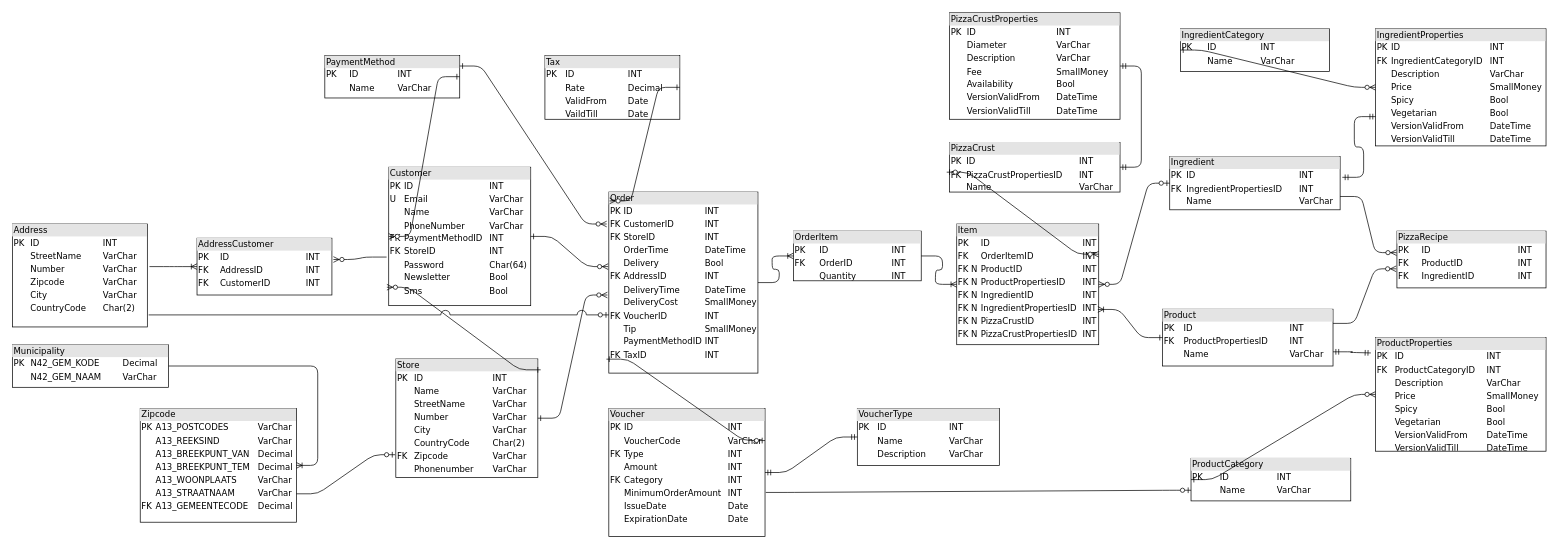
This is DBO_huidige_situatie.drawio from SlatanEnLexSemester4/Mario-Pizza-Case, a draw.io file, before an edit. Source tidied: cells renumbered, new cells numbered last; positions are measured from the earlier drawing's top-left corner, leaving out a move shared by most shapes. Both pictures are drawn from the tidied source at 71%, with x=0, y=0 at pixel (12, 12).
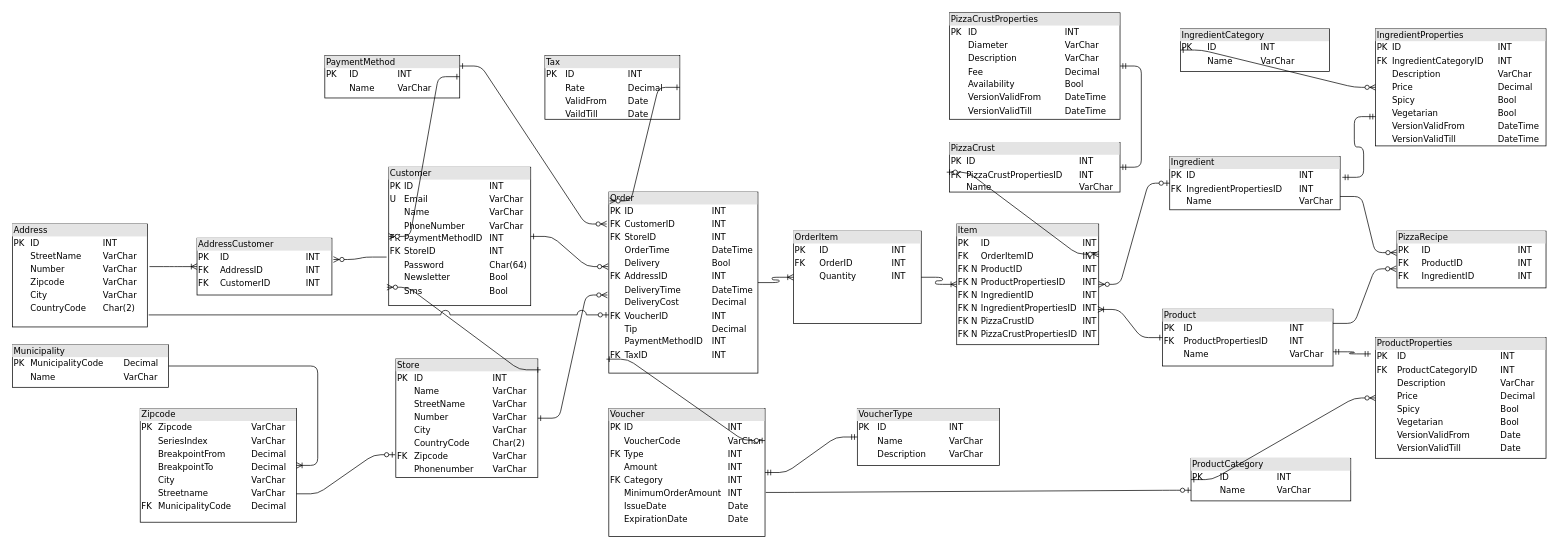
Above is the later version.

The edit, as a diff of the source:
```diff
@@
-    <mxCell id="6" value="&lt;div style=&quot;box-sizing: border-box ; width: 100% ; background: #e4e4e4 ; padding: 2px&quot;&gt;Zipcode&lt;br&gt;&lt;/div&gt;&lt;table style=&quot;width: 100% ; font-size: 1em&quot; cellspacing=&quot;0&quot; cellpadding=&quot;2&quot;&gt;&lt;tbody&gt;&lt;tr&gt;&lt;td&gt;PK&lt;/td&gt;&lt;td&gt;A13_POSTCODES&lt;br&gt;&lt;/td&gt;&lt;td&gt;VarChar&lt;/td&gt;&lt;/tr&gt;&lt;tr&gt;&lt;td&gt;&lt;br&gt;&lt;/td&gt;&lt;td&gt;A13_REEKSIND&lt;br&gt;&lt;/td&gt;&lt;td&gt;VarChar&lt;br&gt;&lt;/td&gt;&lt;/tr&gt;&lt;tr&gt;&lt;td&gt;&lt;br&gt;&lt;/td&gt;&lt;td&gt;A13_BREEKPUNT_VAN&lt;br&gt;&lt;/td&gt;&lt;td&gt;Decimal&lt;br&gt;&lt;/td&gt;&lt;/tr&gt;&lt;tr&gt;&lt;td&gt;&lt;br&gt;&lt;/td&gt;&lt;td&gt;A13_BREEKPUNT_TEM&lt;br&gt;&lt;/td&gt;&lt;td&gt;Decimal&lt;br&gt;&lt;/td&gt;&lt;/tr&gt;&lt;tr&gt;&lt;td&gt;&lt;br&gt;&lt;/td&gt;&lt;td&gt;A13_WOONPLAATS&lt;br&gt;&lt;/td&gt;&lt;td&gt;VarChar&lt;br&gt;&lt;/td&gt;&lt;/tr&gt;&lt;tr&gt;&lt;td&gt;&lt;br&gt;&lt;/td&gt;&lt;td&gt;A13_STRAATNAAM&lt;br&gt;&lt;/td&gt;&lt;td&gt;VarChar&lt;br&gt;&lt;/td&gt;&lt;/tr&gt;&lt;tr&gt;&lt;td&gt;FK&lt;/td&gt;&lt;td&gt;A13_GEMEENTECODE&lt;br&gt;&lt;/td&gt;&lt;td&gt;Decimal&lt;/td&gt;&lt;/tr&gt;&lt;tr&gt;&lt;td&gt;&lt;br&gt;&lt;/td&gt;&lt;td&gt;&lt;br&gt;&lt;/td&gt;&lt;td&gt;&lt;br&gt;&lt;/td&gt;&lt;/tr&gt;&lt;tr&gt;&lt;td&gt;&lt;br&gt;&lt;/td&gt;&lt;td&gt;&lt;br&gt;&lt;/td&gt;&lt;td&gt;&lt;br&gt;&lt;/td&gt;&lt;/tr&gt;&lt;tr&gt;&lt;td&gt;&lt;br&gt;&lt;/td&gt;&lt;td&gt;&lt;br&gt;&lt;/td&gt;&lt;td&gt;&lt;br&gt;&lt;/td&gt;&lt;/tr&gt;&lt;tr&gt;&lt;td&gt;&lt;br&gt;&lt;/td&gt;&lt;td&gt;&lt;br&gt;&lt;/td&gt;&lt;td&gt;&lt;br&gt;&lt;/td&gt;&lt;/tr&gt;&lt;tr&gt;&lt;td&gt;&lt;br&gt;&lt;/td&gt;&lt;td&gt;&lt;br&gt;&lt;/td&gt;&lt;td&gt;&lt;br&gt;&lt;/td&gt;&lt;/tr&gt;&lt;/tbody&gt;&lt;/table&gt;" style="verticalAlign=top;align=left;overflow=fill;html=1;rounded=0;shadow=0;comic=0;labelBackgroundColor=none;strokeWidth=1;fontFamily=Verdana;fontSize=12;" parent="1" vertex="1">
+    <mxCell id="6" value="&lt;div style=&quot;box-sizing: border-box ; width: 100% ; background: #e4e4e4 ; padding: 2px&quot;&gt;Zipcode&lt;br&gt;&lt;/div&gt;&lt;table style=&quot;width: 100% ; font-size: 1em&quot; cellspacing=&quot;0&quot; cellpadding=&quot;2&quot;&gt;&lt;tbody&gt;&lt;tr&gt;&lt;td&gt;PK&lt;/td&gt;&lt;td&gt;Zipcode&lt;br&gt;&lt;/td&gt;&lt;td&gt;VarChar&lt;/td&gt;&lt;/tr&gt;&lt;tr&gt;&lt;td&gt;&lt;br&gt;&lt;/td&gt;&lt;td&gt;SeriesIndex&lt;br&gt;&lt;/td&gt;&lt;td&gt;VarChar&lt;br&gt;&lt;/td&gt;&lt;/tr&gt;&lt;tr&gt;&lt;td&gt;&lt;br&gt;&lt;/td&gt;&lt;td&gt;BreakpointFrom&lt;br&gt;&lt;/td&gt;&lt;td&gt;Decimal&lt;br&gt;&lt;/td&gt;&lt;/tr&gt;&lt;tr&gt;&lt;td&gt;&lt;br&gt;&lt;/td&gt;&lt;td&gt;BreakpointTo&lt;br&gt;&lt;/td&gt;&lt;td&gt;Decimal&lt;br&gt;&lt;/td&gt;&lt;/tr&gt;&lt;tr&gt;&lt;td&gt;&lt;br&gt;&lt;/td&gt;&lt;td&gt;City&lt;br&gt;&lt;/td&gt;&lt;td&gt;VarChar&lt;br&gt;&lt;/td&gt;&lt;/tr&gt;&lt;tr&gt;&lt;td&gt;&lt;br&gt;&lt;/td&gt;&lt;td&gt;Streetname&lt;br&gt;&lt;/td&gt;&lt;td&gt;VarChar&lt;br&gt;&lt;/td&gt;&lt;/tr&gt;&lt;tr&gt;&lt;td&gt;FK&lt;/td&gt;&lt;td&gt;MunicipalityCode&lt;br&gt;&lt;/td&gt;&lt;td&gt;Decimal&lt;/td&gt;&lt;/tr&gt;&lt;tr&gt;&lt;td&gt;&lt;br&gt;&lt;/td&gt;&lt;td&gt;&lt;br&gt;&lt;/td&gt;&lt;td&gt;&lt;br&gt;&lt;/td&gt;&lt;/tr&gt;&lt;tr&gt;&lt;td&gt;&lt;br&gt;&lt;/td&gt;&lt;td&gt;&lt;br&gt;&lt;/td&gt;&lt;td&gt;&lt;br&gt;&lt;/td&gt;&lt;/tr&gt;&lt;tr&gt;&lt;td&gt;&lt;br&gt;&lt;/td&gt;&lt;td&gt;&lt;br&gt;&lt;/td&gt;&lt;td&gt;&lt;br&gt;&lt;/td&gt;&lt;/tr&gt;&lt;tr&gt;&lt;td&gt;&lt;br&gt;&lt;/td&gt;&lt;td&gt;&lt;br&gt;&lt;/td&gt;&lt;td&gt;&lt;br&gt;&lt;/td&gt;&lt;/tr&gt;&lt;tr&gt;&lt;td&gt;&lt;br&gt;&lt;/td&gt;&lt;td&gt;&lt;br&gt;&lt;/td&gt;&lt;td&gt;&lt;br&gt;&lt;/td&gt;&lt;/tr&gt;&lt;/tbody&gt;&lt;/table&gt;" style="verticalAlign=top;align=left;overflow=fill;html=1;rounded=0;shadow=0;comic=0;labelBackgroundColor=none;strokeWidth=1;fontFamily=Verdana;fontSize=12;" parent="1" vertex="1">
       <mxGeometry x="180" y="558" width="220" height="160" as="geometry" />
     </mxCell>
-    <mxCell id="7" value="&lt;div style=&quot;box-sizing: border-box ; width: 100% ; background: #e4e4e4 ; padding: 2px&quot;&gt;Municipality&lt;br&gt;&lt;/div&gt;&lt;table style=&quot;width: 100% ; font-size: 1em&quot; cellspacing=&quot;0&quot; cellpadding=&quot;2&quot;&gt;&lt;tbody&gt;&lt;tr&gt;&lt;td&gt;PK&lt;/td&gt;&lt;td&gt;N42_GEM_KODE&lt;br&gt;&lt;/td&gt;&lt;td&gt;Decimal&lt;br&gt;&lt;/td&gt;&lt;/tr&gt;&lt;tr&gt;&lt;td&gt;&lt;br&gt;&lt;/td&gt;&lt;td&gt;N42_GEM_NAAM&lt;br&gt;&lt;/td&gt;&lt;td&gt;VarChar&lt;/td&gt;&lt;/tr&gt;&lt;tr&gt;&lt;td&gt;&lt;br&gt;&lt;/td&gt;&lt;td&gt;&lt;br&gt;&lt;/td&gt;&lt;td&gt;&lt;br&gt;&lt;/td&gt;&lt;/tr&gt;&lt;/tbody&gt;&lt;/table&gt;" style="verticalAlign=top;align=left;overflow=fill;html=1;rounded=0;shadow=0;comic=0;labelBackgroundColor=none;strokeWidth=1;fontFamily=Verdana;fontSize=12;" parent="1" vertex="1">
+    <mxCell id="7" value="&lt;div style=&quot;box-sizing: border-box ; width: 100% ; background: #e4e4e4 ; padding: 2px&quot;&gt;Municipality&lt;br&gt;&lt;/div&gt;&lt;table style=&quot;width: 100% ; font-size: 1em&quot; cellspacing=&quot;0&quot; cellpadding=&quot;2&quot;&gt;&lt;tbody&gt;&lt;tr&gt;&lt;td&gt;PK&lt;/td&gt;&lt;td&gt;MunicipalityCode&lt;br&gt;&lt;/td&gt;&lt;td&gt;Decimal&lt;br&gt;&lt;/td&gt;&lt;/tr&gt;&lt;tr&gt;&lt;td&gt;&lt;br&gt;&lt;/td&gt;&lt;td&gt;Name&lt;br&gt;&lt;/td&gt;&lt;td&gt;VarChar&lt;/td&gt;&lt;/tr&gt;&lt;tr&gt;&lt;td&gt;&lt;br&gt;&lt;/td&gt;&lt;td&gt;&lt;br&gt;&lt;/td&gt;&lt;td&gt;&lt;br&gt;&lt;/td&gt;&lt;/tr&gt;&lt;/tbody&gt;&lt;/table&gt;" style="verticalAlign=top;align=left;overflow=fill;html=1;rounded=0;shadow=0;comic=0;labelBackgroundColor=none;strokeWidth=1;fontFamily=Verdana;fontSize=12;" parent="1" vertex="1">
       <mxGeometry y="468" width="220" height="60" as="geometry" />
     </mxCell>
@@
     <mxCell id="13" value="&lt;div style=&quot;box-sizing: border-box ; width: 100% ; background: #e4e4e4 ; padding: 2px&quot;&gt;OrderItem&lt;br&gt;&lt;/div&gt;&lt;table style=&quot;width: 100% ; font-size: 1em&quot; cellspacing=&quot;0&quot; cellpadding=&quot;2&quot;&gt;&lt;tbody&gt;&lt;tr&gt;&lt;td&gt;PK&lt;/td&gt;&lt;td&gt;ID&lt;/td&gt;&lt;td&gt;INT&lt;/td&gt;&lt;/tr&gt;&lt;tr&gt;&lt;td&gt;FK&lt;/td&gt;&lt;td&gt;OrderID&lt;br&gt;&lt;/td&gt;&lt;td&gt;INT&lt;/td&gt;&lt;/tr&gt;&lt;tr&gt;&lt;td&gt;&lt;br&gt;&lt;/td&gt;&lt;td&gt;Quantity&lt;/td&gt;&lt;td&gt;INT&lt;/td&gt;&lt;/tr&gt;&lt;/tbody&gt;&lt;/table&gt;" style="verticalAlign=top;align=left;overflow=fill;html=1;rounded=0;shadow=0;comic=0;labelBackgroundColor=none;strokeWidth=1;fontFamily=Verdana;fontSize=12;" parent="1" vertex="1">
-      <mxGeometry x="1100" y="308" width="180" height="70" as="geometry" />
+      <mxGeometry x="1100" y="308" width="180" height="130" as="geometry" />
     </mxCell>
-    <mxCell id="14" value="&lt;div style=&quot;box-sizing: border-box ; width: 100% ; background: #e4e4e4 ; padding: 2px&quot;&gt;Order&lt;br&gt;&lt;/div&gt;&lt;table style=&quot;width: 100% ; font-size: 1em&quot; cellspacing=&quot;0&quot; cellpadding=&quot;2&quot;&gt;&lt;tbody&gt;&lt;tr&gt;&lt;td&gt;PK&lt;/td&gt;&lt;td&gt;ID&lt;br&gt;&lt;/td&gt;&lt;td&gt;INT&lt;/td&gt;&lt;/tr&gt;&lt;tr&gt;&lt;td&gt;FK&lt;/td&gt;&lt;td&gt;CustomerID&lt;br&gt;&lt;/td&gt;&lt;td&gt;INT&lt;/td&gt;&lt;/tr&gt;&lt;tr&gt;&lt;td&gt;FK&lt;/td&gt;&lt;td&gt;StoreID&lt;/td&gt;&lt;td&gt;INT&lt;/td&gt;&lt;/tr&gt;&lt;tr&gt;&lt;td&gt;&lt;br&gt;&lt;/td&gt;&lt;td&gt;OrderTime&lt;/td&gt;&lt;td&gt;DateTime&lt;/td&gt;&lt;/tr&gt;&lt;tr&gt;&lt;td&gt;&lt;br&gt;&lt;/td&gt;&lt;td&gt;Delivery&lt;/td&gt;&lt;td&gt;Bool&lt;/td&gt;&lt;/tr&gt;&lt;tr&gt;&lt;td&gt;FK&lt;/td&gt;&lt;td&gt;AddressID&lt;/td&gt;&lt;td&gt;INT&lt;/td&gt;&lt;/tr&gt;&lt;tr&gt;&lt;td&gt;&lt;br&gt;&lt;/td&gt;&lt;td&gt;DeliveryTime&lt;/td&gt;&lt;td&gt;DateTime&lt;/td&gt;&lt;/tr&gt;&lt;tr&gt;&lt;td&gt;&lt;br&gt;&lt;/td&gt;&lt;td&gt;DeliveryCost&lt;/td&gt;&lt;td&gt;SmallMoney&lt;/td&gt;&lt;/tr&gt;&lt;tr&gt;&lt;td&gt;FK&lt;/td&gt;&lt;td&gt;VoucherID&lt;/td&gt;&lt;td&gt;INT&lt;/td&gt;&lt;/tr&gt;&lt;tr&gt;&lt;td&gt;&lt;br&gt;&lt;/td&gt;&lt;td&gt;Tip&lt;/td&gt;&lt;td&gt;SmallMoney&lt;br&gt;&lt;/td&gt;&lt;/tr&gt;&lt;tr&gt;&lt;td&gt;&lt;br&gt;&lt;/td&gt;&lt;td&gt;PaymentMethodID&lt;/td&gt;&lt;td&gt;INT&lt;br&gt;&lt;/td&gt;&lt;/tr&gt;&lt;tr&gt;&lt;td&gt;FK&lt;/td&gt;&lt;td&gt;TaxID&lt;/td&gt;&lt;td&gt;INT&lt;/td&gt;&lt;/tr&gt;&lt;/tbody&gt;&lt;/table&gt;" style="verticalAlign=top;align=left;overflow=fill;html=1;rounded=0;shadow=0;comic=0;labelBackgroundColor=none;strokeWidth=1;fontFamily=Verdana;fontSize=12;" parent="1" vertex="1">
+    <mxCell id="14" value="&lt;div style=&quot;box-sizing: border-box ; width: 100% ; background: #e4e4e4 ; padding: 2px&quot;&gt;Order&lt;br&gt;&lt;/div&gt;&lt;table style=&quot;width: 100% ; font-size: 1em&quot; cellspacing=&quot;0&quot; cellpadding=&quot;2&quot;&gt;&lt;tbody&gt;&lt;tr&gt;&lt;td&gt;PK&lt;/td&gt;&lt;td&gt;ID&lt;br&gt;&lt;/td&gt;&lt;td&gt;INT&lt;/td&gt;&lt;/tr&gt;&lt;tr&gt;&lt;td&gt;FK&lt;/td&gt;&lt;td&gt;CustomerID&lt;br&gt;&lt;/td&gt;&lt;td&gt;INT&lt;/td&gt;&lt;/tr&gt;&lt;tr&gt;&lt;td&gt;FK&lt;/td&gt;&lt;td&gt;StoreID&lt;/td&gt;&lt;td&gt;INT&lt;/td&gt;&lt;/tr&gt;&lt;tr&gt;&lt;td&gt;&lt;br&gt;&lt;/td&gt;&lt;td&gt;OrderTime&lt;/td&gt;&lt;td&gt;DateTime&lt;/td&gt;&lt;/tr&gt;&lt;tr&gt;&lt;td&gt;&lt;br&gt;&lt;/td&gt;&lt;td&gt;Delivery&lt;/td&gt;&lt;td&gt;Bool&lt;/td&gt;&lt;/tr&gt;&lt;tr&gt;&lt;td&gt;FK&lt;/td&gt;&lt;td&gt;AddressID&lt;/td&gt;&lt;td&gt;INT&lt;/td&gt;&lt;/tr&gt;&lt;tr&gt;&lt;td&gt;&lt;br&gt;&lt;/td&gt;&lt;td&gt;DeliveryTime&lt;/td&gt;&lt;td&gt;DateTime&lt;/td&gt;&lt;/tr&gt;&lt;tr&gt;&lt;td&gt;&lt;br&gt;&lt;/td&gt;&lt;td&gt;DeliveryCost&lt;/td&gt;&lt;td&gt;Decimal&lt;/td&gt;&lt;/tr&gt;&lt;tr&gt;&lt;td&gt;FK&lt;/td&gt;&lt;td&gt;VoucherID&lt;/td&gt;&lt;td&gt;INT&lt;/td&gt;&lt;/tr&gt;&lt;tr&gt;&lt;td&gt;&lt;br&gt;&lt;/td&gt;&lt;td&gt;Tip&lt;/td&gt;&lt;td&gt;Decimal&lt;br&gt;&lt;/td&gt;&lt;/tr&gt;&lt;tr&gt;&lt;td&gt;&lt;br&gt;&lt;/td&gt;&lt;td&gt;PaymentMethodID&lt;/td&gt;&lt;td&gt;INT&lt;br&gt;&lt;/td&gt;&lt;/tr&gt;&lt;tr&gt;&lt;td&gt;FK&lt;/td&gt;&lt;td&gt;TaxID&lt;/td&gt;&lt;td&gt;INT&lt;/td&gt;&lt;/tr&gt;&lt;/tbody&gt;&lt;/table&gt;" style="verticalAlign=top;align=left;overflow=fill;html=1;rounded=0;shadow=0;comic=0;labelBackgroundColor=none;strokeWidth=1;fontFamily=Verdana;fontSize=12;" parent="1" vertex="1">
       <mxGeometry x="840" y="253" width="210" height="255" as="geometry" />
     </mxCell>
@@
-    <mxCell id="43" value="&lt;div style=&quot;box-sizing: border-box ; width: 100% ; background: #e4e4e4 ; padding: 2px&quot;&gt;PizzaCrustProperties&lt;br&gt;&lt;/div&gt;&lt;table style=&quot;width: 100% ; font-size: 1em&quot; cellspacing=&quot;0&quot; cellpadding=&quot;2&quot;&gt;&lt;tbody&gt;&lt;tr&gt;&lt;td&gt;PK&lt;/td&gt;&lt;td&gt;ID&lt;/td&gt;&lt;td&gt;INT&lt;/td&gt;&lt;/tr&gt;&lt;tr&gt;&lt;td&gt;&lt;br&gt;&lt;/td&gt;&lt;td&gt;Diameter&lt;br&gt;&lt;/td&gt;&lt;td&gt;VarChar&lt;/td&gt;&lt;/tr&gt;&lt;tr&gt;&lt;td&gt;&lt;br&gt;&lt;/td&gt;&lt;td&gt;Description&lt;br&gt;&lt;/td&gt;&lt;td&gt;VarChar&lt;/td&gt;&lt;/tr&gt;&lt;tr&gt;&lt;td&gt;&lt;br&gt;&lt;/td&gt;&lt;td&gt;Fee&lt;br&gt;&lt;/td&gt;&lt;td&gt;SmallMoney&lt;/td&gt;&lt;/tr&gt;&lt;tr&gt;&lt;td&gt;&lt;br&gt;&lt;/td&gt;&lt;td&gt;Availability&lt;br&gt;&lt;/td&gt;&lt;td&gt;Bool&lt;/td&gt;&lt;/tr&gt;&lt;tr&gt;&lt;td&gt;&lt;br&gt;&lt;/td&gt;&lt;td&gt;VersionValidFrom&lt;/td&gt;&lt;td&gt;DateTime&lt;/td&gt;&lt;/tr&gt;&lt;tr&gt;&lt;td&gt;&lt;br&gt;&lt;/td&gt;&lt;td&gt;VersionValidTill&lt;/td&gt;&lt;td&gt;DateTime&lt;/td&gt;&lt;/tr&gt;&lt;/tbody&gt;&lt;/table&gt;" style="verticalAlign=top;align=left;overflow=fill;html=1;rounded=0;shadow=0;comic=0;labelBackgroundColor=none;strokeWidth=1;fontFamily=Verdana;fontSize=12;" parent="1" vertex="1">
+    <mxCell id="43" value="&lt;div style=&quot;box-sizing: border-box ; width: 100% ; background: #e4e4e4 ; padding: 2px&quot;&gt;PizzaCrustProperties&lt;br&gt;&lt;/div&gt;&lt;table style=&quot;width: 100% ; font-size: 1em&quot; cellspacing=&quot;0&quot; cellpadding=&quot;2&quot;&gt;&lt;tbody&gt;&lt;tr&gt;&lt;td&gt;PK&lt;/td&gt;&lt;td&gt;ID&lt;/td&gt;&lt;td&gt;INT&lt;/td&gt;&lt;/tr&gt;&lt;tr&gt;&lt;td&gt;&lt;br&gt;&lt;/td&gt;&lt;td&gt;Diameter&lt;br&gt;&lt;/td&gt;&lt;td&gt;VarChar&lt;/td&gt;&lt;/tr&gt;&lt;tr&gt;&lt;td&gt;&lt;br&gt;&lt;/td&gt;&lt;td&gt;Description&lt;br&gt;&lt;/td&gt;&lt;td&gt;VarChar&lt;/td&gt;&lt;/tr&gt;&lt;tr&gt;&lt;td&gt;&lt;br&gt;&lt;/td&gt;&lt;td&gt;Fee&lt;br&gt;&lt;/td&gt;&lt;td&gt;Decimal&lt;/td&gt;&lt;/tr&gt;&lt;tr&gt;&lt;td&gt;&lt;br&gt;&lt;/td&gt;&lt;td&gt;Availability&lt;br&gt;&lt;/td&gt;&lt;td&gt;Bool&lt;/td&gt;&lt;/tr&gt;&lt;tr&gt;&lt;td&gt;&lt;br&gt;&lt;/td&gt;&lt;td&gt;VersionValidFrom&lt;/td&gt;&lt;td&gt;DateTime&lt;/td&gt;&lt;/tr&gt;&lt;tr&gt;&lt;td&gt;&lt;br&gt;&lt;/td&gt;&lt;td&gt;VersionValidTill&lt;/td&gt;&lt;td&gt;DateTime&lt;/td&gt;&lt;/tr&gt;&lt;/tbody&gt;&lt;/table&gt;" style="verticalAlign=top;align=left;overflow=fill;html=1;rounded=0;shadow=0;comic=0;labelBackgroundColor=none;strokeWidth=1;fontFamily=Verdana;fontSize=12;" parent="1" vertex="1">
       <mxGeometry x="1320" y="0.5" width="240" height="150" as="geometry" />
     </mxCell>
@@
-    <mxCell id="45" value="&lt;div style=&quot;box-sizing: border-box ; width: 100% ; background: #e4e4e4 ; padding: 2px&quot;&gt;IngredientProperties&lt;br&gt;&lt;/div&gt;&lt;table style=&quot;width: 100% ; font-size: 1em&quot; cellspacing=&quot;0&quot; cellpadding=&quot;2&quot;&gt;&lt;tbody&gt;&lt;tr&gt;&lt;td&gt;PK&lt;/td&gt;&lt;td&gt;ID&lt;/td&gt;&lt;td&gt;INT&lt;/td&gt;&lt;/tr&gt;&lt;tr&gt;&lt;td&gt;FK&lt;/td&gt;&lt;td&gt;IngredientCategoryID&lt;br&gt;&lt;/td&gt;&lt;td&gt;INT&lt;/td&gt;&lt;/tr&gt;&lt;tr&gt;&lt;td&gt;&lt;br&gt;&lt;/td&gt;&lt;td&gt;Description&lt;br&gt;&lt;/td&gt;&lt;td&gt;VarChar&lt;/td&gt;&lt;/tr&gt;&lt;tr&gt;&lt;td&gt;&lt;br&gt;&lt;/td&gt;&lt;td&gt;Price&lt;br&gt;&lt;/td&gt;&lt;td&gt;SmallMoney&lt;/td&gt;&lt;/tr&gt;&lt;tr&gt;&lt;td&gt;&lt;br&gt;&lt;/td&gt;&lt;td&gt;Spicy&lt;br&gt;&lt;/td&gt;&lt;td&gt;Bool&lt;/td&gt;&lt;/tr&gt;&lt;tr&gt;&lt;td&gt;&lt;br&gt;&lt;/td&gt;&lt;td&gt;Vegetarian&lt;br&gt;&lt;/td&gt;&lt;td&gt;Bool&lt;/td&gt;&lt;/tr&gt;&lt;tr&gt;&lt;td&gt;&lt;br&gt;&lt;/td&gt;&lt;td&gt;VersionValidFrom&lt;/td&gt;&lt;td&gt;DateTime&lt;/td&gt;&lt;/tr&gt;&lt;tr&gt;&lt;td&gt;&lt;br&gt;&lt;/td&gt;&lt;td&gt;VersionValidTill&lt;/td&gt;&lt;td&gt;DateTime&lt;/td&gt;&lt;/tr&gt;&lt;/tbody&gt;&lt;/table&gt;" style="verticalAlign=top;align=left;overflow=fill;html=1;rounded=0;shadow=0;comic=0;labelBackgroundColor=none;strokeWidth=1;fontFamily=Verdana;fontSize=12;" parent="1" vertex="1">
+    <mxCell id="45" value="&lt;div style=&quot;box-sizing: border-box ; width: 100% ; background: #e4e4e4 ; padding: 2px&quot;&gt;IngredientProperties&lt;br&gt;&lt;/div&gt;&lt;table style=&quot;width: 100% ; font-size: 1em&quot; cellspacing=&quot;0&quot; cellpadding=&quot;2&quot;&gt;&lt;tbody&gt;&lt;tr&gt;&lt;td&gt;PK&lt;/td&gt;&lt;td&gt;ID&lt;/td&gt;&lt;td&gt;INT&lt;/td&gt;&lt;/tr&gt;&lt;tr&gt;&lt;td&gt;FK&lt;/td&gt;&lt;td&gt;IngredientCategoryID&lt;br&gt;&lt;/td&gt;&lt;td&gt;INT&lt;/td&gt;&lt;/tr&gt;&lt;tr&gt;&lt;td&gt;&lt;br&gt;&lt;/td&gt;&lt;td&gt;Description&lt;br&gt;&lt;/td&gt;&lt;td&gt;VarChar&lt;/td&gt;&lt;/tr&gt;&lt;tr&gt;&lt;td&gt;&lt;br&gt;&lt;/td&gt;&lt;td&gt;Price&lt;br&gt;&lt;/td&gt;&lt;td&gt;Decimal&lt;/td&gt;&lt;/tr&gt;&lt;tr&gt;&lt;td&gt;&lt;br&gt;&lt;/td&gt;&lt;td&gt;Spicy&lt;br&gt;&lt;/td&gt;&lt;td&gt;Bool&lt;/td&gt;&lt;/tr&gt;&lt;tr&gt;&lt;td&gt;&lt;br&gt;&lt;/td&gt;&lt;td&gt;Vegetarian&lt;br&gt;&lt;/td&gt;&lt;td&gt;Bool&lt;/td&gt;&lt;/tr&gt;&lt;tr&gt;&lt;td&gt;&lt;br&gt;&lt;/td&gt;&lt;td&gt;VersionValidFrom&lt;/td&gt;&lt;td&gt;DateTime&lt;/td&gt;&lt;/tr&gt;&lt;tr&gt;&lt;td&gt;&lt;br&gt;&lt;/td&gt;&lt;td&gt;VersionValidTill&lt;/td&gt;&lt;td&gt;DateTime&lt;/td&gt;&lt;/tr&gt;&lt;/tbody&gt;&lt;/table&gt;" style="verticalAlign=top;align=left;overflow=fill;html=1;rounded=0;shadow=0;comic=0;labelBackgroundColor=none;strokeWidth=1;fontFamily=Verdana;fontSize=12;" parent="1" vertex="1">
       <mxGeometry x="1920" y="23" width="240" height="165" as="geometry" />
     </mxCell>
@@
-    <mxCell id="47" value="&lt;div style=&quot;box-sizing: border-box ; width: 100% ; background: #e4e4e4 ; padding: 2px&quot;&gt;ProductProperties&lt;br&gt;&lt;/div&gt;&lt;table style=&quot;width: 100% ; font-size: 1em&quot; cellspacing=&quot;0&quot; cellpadding=&quot;2&quot;&gt;&lt;tbody&gt;&lt;tr&gt;&lt;td&gt;PK&amp;nbsp;&lt;/td&gt;&lt;td&gt;ID&lt;/td&gt;&lt;td&gt;INT&lt;br&gt;&lt;/td&gt;&lt;/tr&gt;&lt;tr&gt;&lt;td&gt;FK&lt;/td&gt;&lt;td&gt;ProductCategoryID&lt;br&gt;&lt;/td&gt;&lt;td&gt;INT&lt;/td&gt;&lt;/tr&gt;&lt;tr&gt;&lt;td&gt;&lt;br&gt;&lt;/td&gt;&lt;td&gt;Description&lt;br&gt;&lt;/td&gt;&lt;td&gt;VarChar&lt;br&gt;&lt;/td&gt;&lt;/tr&gt;&lt;tr&gt;&lt;td&gt;&lt;br&gt;&lt;/td&gt;&lt;td&gt;Price&lt;br&gt;&lt;/td&gt;&lt;td&gt;SmallMoney&lt;br&gt;&lt;/td&gt;&lt;/tr&gt;&lt;tr&gt;&lt;td&gt;&lt;br&gt;&lt;/td&gt;&lt;td&gt;Spicy&lt;br&gt;&lt;/td&gt;&lt;td&gt;Bool&lt;br&gt;&lt;/td&gt;&lt;/tr&gt;&lt;tr&gt;&lt;td&gt;&lt;br&gt;&lt;/td&gt;&lt;td&gt;Vegetarian&lt;br&gt;&lt;/td&gt;&lt;td&gt;Bool&lt;br&gt;&lt;/td&gt;&lt;/tr&gt;&lt;tr&gt;&lt;td&gt;&lt;br&gt;&lt;/td&gt;&lt;td&gt;VersionValidFrom&lt;/td&gt;&lt;td&gt;DateTime&lt;/td&gt;&lt;/tr&gt;&lt;tr&gt;&lt;td&gt;&lt;br&gt;&lt;/td&gt;&lt;td&gt;VersionValidTill&lt;/td&gt;&lt;td&gt;DateTime&lt;/td&gt;&lt;/tr&gt;&lt;/tbody&gt;&lt;/table&gt;" style="verticalAlign=top;align=left;overflow=fill;html=1;rounded=0;shadow=0;comic=0;labelBackgroundColor=none;strokeWidth=1;fontFamily=Verdana;fontSize=12;" parent="1" vertex="1">
-      <mxGeometry x="1920" y="458" width="240" height="160" as="geometry" />
+    <mxCell id="47" value="&lt;div style=&quot;box-sizing: border-box ; width: 100% ; background: #e4e4e4 ; padding: 2px&quot;&gt;ProductProperties&lt;br&gt;&lt;/div&gt;&lt;table style=&quot;width: 100% ; font-size: 1em&quot; cellspacing=&quot;0&quot; cellpadding=&quot;2&quot;&gt;&lt;tbody&gt;&lt;tr&gt;&lt;td&gt;PK&amp;nbsp;&lt;/td&gt;&lt;td&gt;ID&lt;/td&gt;&lt;td&gt;INT&lt;br&gt;&lt;/td&gt;&lt;/tr&gt;&lt;tr&gt;&lt;td&gt;FK&lt;/td&gt;&lt;td&gt;ProductCategoryID&lt;br&gt;&lt;/td&gt;&lt;td&gt;INT&lt;/td&gt;&lt;/tr&gt;&lt;tr&gt;&lt;td&gt;&lt;br&gt;&lt;/td&gt;&lt;td&gt;Description&lt;br&gt;&lt;/td&gt;&lt;td&gt;VarChar&lt;br&gt;&lt;/td&gt;&lt;/tr&gt;&lt;tr&gt;&lt;td&gt;&lt;br&gt;&lt;/td&gt;&lt;td&gt;Price&lt;br&gt;&lt;/td&gt;&lt;td&gt;Decimal&lt;br&gt;&lt;/td&gt;&lt;/tr&gt;&lt;tr&gt;&lt;td&gt;&lt;br&gt;&lt;/td&gt;&lt;td&gt;Spicy&lt;br&gt;&lt;/td&gt;&lt;td&gt;Bool&lt;br&gt;&lt;/td&gt;&lt;/tr&gt;&lt;tr&gt;&lt;td&gt;&lt;br&gt;&lt;/td&gt;&lt;td&gt;Vegetarian&lt;br&gt;&lt;/td&gt;&lt;td&gt;Bool&lt;br&gt;&lt;/td&gt;&lt;/tr&gt;&lt;tr&gt;&lt;td&gt;&lt;br&gt;&lt;/td&gt;&lt;td&gt;VersionValidFrom&lt;/td&gt;&lt;td&gt;Date&lt;/td&gt;&lt;/tr&gt;&lt;tr&gt;&lt;td&gt;&lt;br&gt;&lt;/td&gt;&lt;td&gt;VersionValidTill&lt;/td&gt;&lt;td&gt;Date&lt;/td&gt;&lt;/tr&gt;&lt;/tbody&gt;&lt;/table&gt;" style="verticalAlign=top;align=left;overflow=fill;html=1;rounded=0;shadow=0;comic=0;labelBackgroundColor=none;strokeWidth=1;fontFamily=Verdana;fontSize=12;" parent="1" vertex="1">
+      <mxGeometry x="1920" y="458" width="240" height="170" as="geometry" />
     </mxCell>
```
